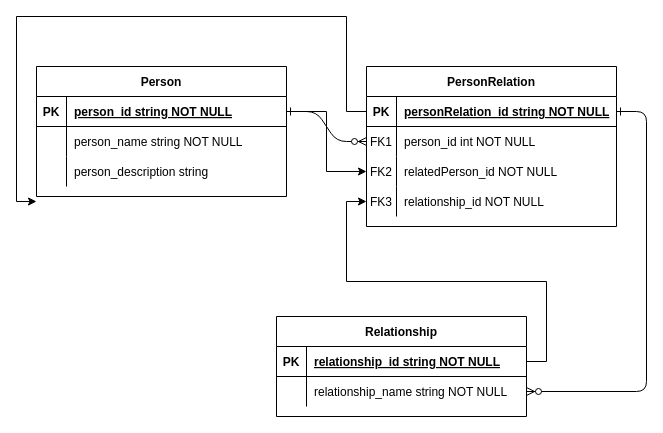
Earlier version of the draw.io diagram NamesRememberer_relation.drawio (emiletremblay01/components-peripherie2). Source tidied: cells renumbered, new cells numbered last; positions are measured from the earlier drawing's top-left corner, leaving out a move shared by most shapes. Both pictures are drawn from the tidied source at 100%, with x=0, y=0 at pixel (16, 16).
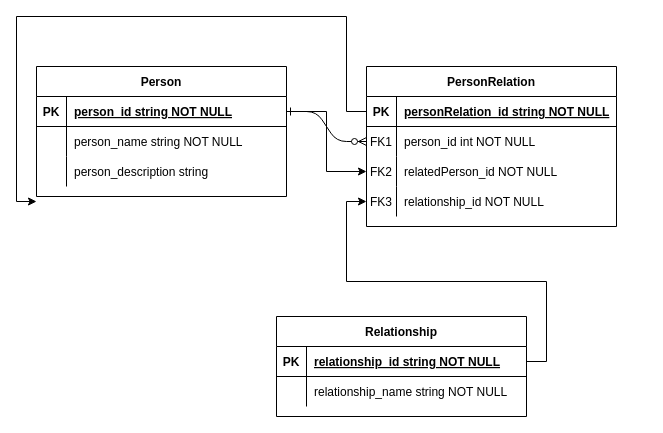
After the change.

Unchanged cells that the change refers to:
```xml
<mxCell id="5" style="shape=partialRectangle;fillColor=none;points=[[0,0.5],[1,0.5]];portConstraint=eastwest;top=0;left=0;right=0;bottom=1;" parent="4" vertex="1">
  <mxGeometry y="30" width="250" height="30" as="geometry" />
</mxCell>
<mxCell id="21" style="shape=partialRectangle;fillColor=none;points=[[0,0.5],[1,0.5]];portConstraint=eastwest;top=0;left=0;right=0;bottom=0;" parent="17" vertex="1">
  <mxGeometry y="60" width="250" height="30" as="geometry" />
</mxCell>
```

The edit, as a diff of the source:
```diff
@@
-    <mxCell id="3" style="edgeStyle=entityRelationEdgeStyle;endArrow=ERzeroToMany;startArrow=ERone;endFill=1;startFill=0;" parent="1" edge="1" source="5" target="21">
-      <mxGeometry relative="1" as="geometry" />
-    </mxCell>
```
